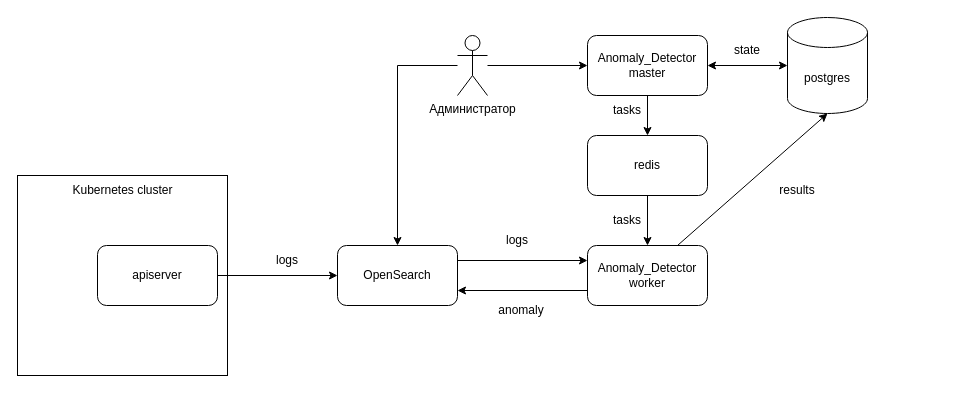
GNDavydov/kubernetes-ad keeps this draw.io diagram as page "Новая архитектура" (1 of 6) of architecture/Архитекутра ВКР.drawio. Above is the earlier version. Source tidied: cells renumbered, new cells numbered last; positions are measured from the earlier drawing's top-left corner, leaving out a move shared by most shapes. Both pictures are drawn from the tidied source at 100%, with x=0, y=0 at pixel (17, 17).
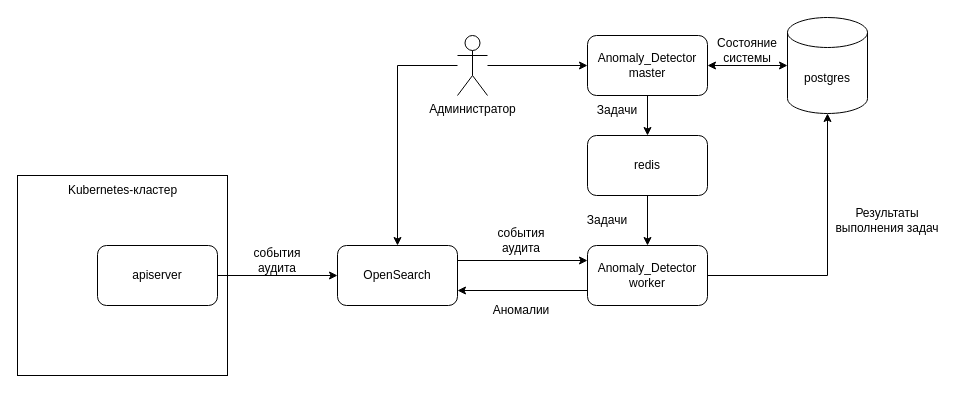
Above is the later version.

Unchanged cells that the change refers to:
```xml
<mxCell id="5" value="Anomaly_Detector&lt;div&gt;worker&lt;/div&gt;" style="rounded=1;whiteSpace=wrap;html=1;" parent="1" vertex="1">
  <mxGeometry x="570" y="228" width="120" height="60" as="geometry" />
</mxCell>
<mxCell id="14" value="postgres" style="shape=cylinder3;whiteSpace=wrap;html=1;boundedLbl=1;backgroundOutline=1;size=15;" parent="1" vertex="1">
  <mxGeometry x="770" width="80" height="96" as="geometry" />
</mxCell>
```

Diff of the diagram source:
```diff
@@
-    <mxCell id="10" value="logs" style="text;html=1;align=center;verticalAlign=middle;whiteSpace=wrap;rounded=0;" parent="1" vertex="1">
-      <mxGeometry x="240" y="228" width="60" height="30" as="geometry" />
+    <mxCell id="10" value="события аудита" style="text;html=1;align=center;verticalAlign=middle;whiteSpace=wrap;rounded=0;" parent="1" vertex="1">
+      <mxGeometry x="220" y="228" width="80" height="30" as="geometry" />
     </mxCell>
-    <mxCell id="11" value="logs" style="text;html=1;align=center;verticalAlign=middle;whiteSpace=wrap;rounded=0;" parent="1" vertex="1">
-      <mxGeometry x="470" y="208" width="60" height="30" as="geometry" />
-    </mxCell>
-    <mxCell id="12" value="anomaly" style="text;html=1;align=center;verticalAlign=middle;whiteSpace=wrap;rounded=0;" parent="1" vertex="1">
+    <mxCell id="12" value="Аномалии" style="text;html=1;align=center;verticalAlign=middle;whiteSpace=wrap;rounded=0;" parent="1" vertex="1">
       <mxGeometry x="473.5" y="278" width="60" height="30" as="geometry" />
     </mxCell>
@@
-    <mxCell id="18" style="endArrow=classic;html=1;rounded=0;exitX=0.75;exitY=0;exitDx=0;exitDy=0;entryX=0.5;entryY=1;entryDx=0;entryDy=0;entryPerimeter=0;" parent="1" edge="1" source="5" target="14">
-      <mxGeometry relative="1" as="geometry" />
+    <mxCell id="18" style="endArrow=classic;html=1;rounded=0;exitX=1;exitY=0.5;exitDx=0;exitDy=0;entryX=0.5;entryY=1;entryDx=0;entryDy=0;entryPerimeter=0;" parent="1" edge="1" source="5" target="14">
+      <mxGeometry relative="1" as="geometry">
+        <Array as="points">
+          <mxPoint x="810" y="258" />
+        </Array>
+      </mxGeometry>
     </mxCell>
-    <mxCell id="19" value="tasks" style="text;html=1;whiteSpace=wrap;strokeColor=none;fillColor=none;align=center;verticalAlign=middle;rounded=0;" parent="1" vertex="1">
-      <mxGeometry x="580" y="78" width="60" height="30" as="geometry" />
+    <mxCell id="19" value="Задачи" style="text;html=1;whiteSpace=wrap;strokeColor=none;fillColor=none;align=center;verticalAlign=middle;rounded=0;" parent="1" vertex="1">
+      <mxGeometry x="560" y="78" width="80" height="30" as="geometry" />
     </mxCell>
-    <mxCell id="20" value="tasks" style="text;html=1;whiteSpace=wrap;strokeColor=none;fillColor=none;align=center;verticalAlign=middle;rounded=0;" parent="1" vertex="1">
-      <mxGeometry x="580" y="188" width="60" height="30" as="geometry" />
+    <mxCell id="20" value="Задачи" style="text;html=1;whiteSpace=wrap;strokeColor=none;fillColor=none;align=center;verticalAlign=middle;rounded=0;" parent="1" vertex="1">
+      <mxGeometry x="560" y="188" width="60" height="30" as="geometry" />
     </mxCell>
-    <mxCell id="21" value="results" style="text;html=1;whiteSpace=wrap;strokeColor=none;fillColor=none;align=center;verticalAlign=middle;rounded=0;" parent="1" vertex="1">
-      <mxGeometry x="750" y="158" width="60" height="30" as="geometry" />
+    <mxCell id="21" value="Результаты&lt;div&gt;выполнения задач&lt;/div&gt;" style="text;html=1;whiteSpace=wrap;strokeColor=none;fillColor=none;align=center;verticalAlign=middle;rounded=0;" parent="1" vertex="1">
+      <mxGeometry x="810" y="188" width="120" height="30" as="geometry" />
     </mxCell>
-    <mxCell id="22" value="Kubernetes cluster" style="text;html=1;whiteSpace=wrap;strokeColor=none;fillColor=none;align=center;verticalAlign=middle;rounded=0;" parent="1" vertex="1">
+    <mxCell id="22" value="Kubernetes-кластер" style="text;html=1;whiteSpace=wrap;strokeColor=none;fillColor=none;align=center;verticalAlign=middle;rounded=0;" parent="1" vertex="1">
       <mxGeometry x="42.5" y="158" width="125" height="30" as="geometry" />
     </mxCell>
@@
-    <mxCell id="26" value="state" style="text;html=1;whiteSpace=wrap;strokeColor=none;fillColor=none;align=center;verticalAlign=middle;rounded=0;" parent="1" vertex="1">
+    <mxCell id="26" value="Состояние&lt;div&gt;системы&lt;/div&gt;" style="text;html=1;whiteSpace=wrap;strokeColor=none;fillColor=none;align=center;verticalAlign=middle;rounded=0;" parent="1" vertex="1">
       <mxGeometry x="700" y="18" width="60" height="30" as="geometry" />
     </mxCell>
+    <mxCell id="27" value="события аудита" style="text;html=1;align=center;verticalAlign=middle;whiteSpace=wrap;rounded=0;" parent="1" vertex="1">
+      <mxGeometry x="463.5" y="208" width="80" height="30" as="geometry" />
+    </mxCell>
```
